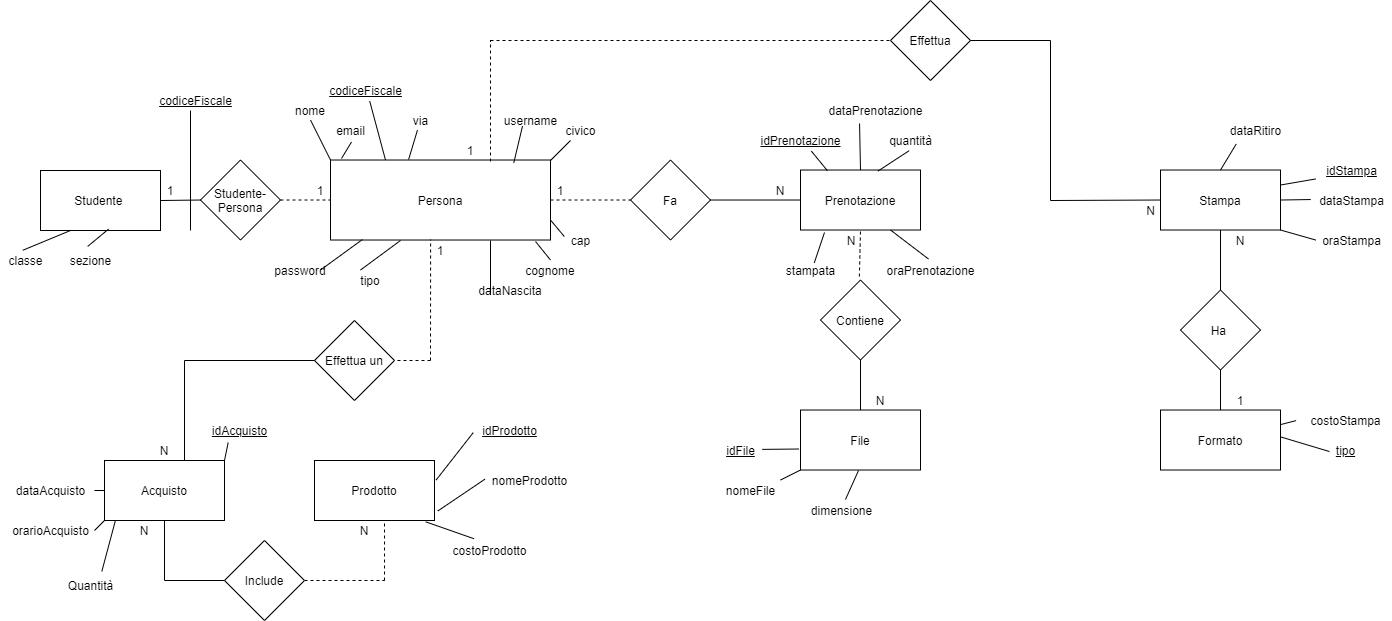
This is Documentazione/Progettazione/ER ristrutturato.png from Depog/ProgettoInformatica, a draw.io export, as it was before one commit. Source tidied: cells renumbered, new cells last; positions are measured from the earlier drawing's top-left corner, leaving out a move shared by most shapes.
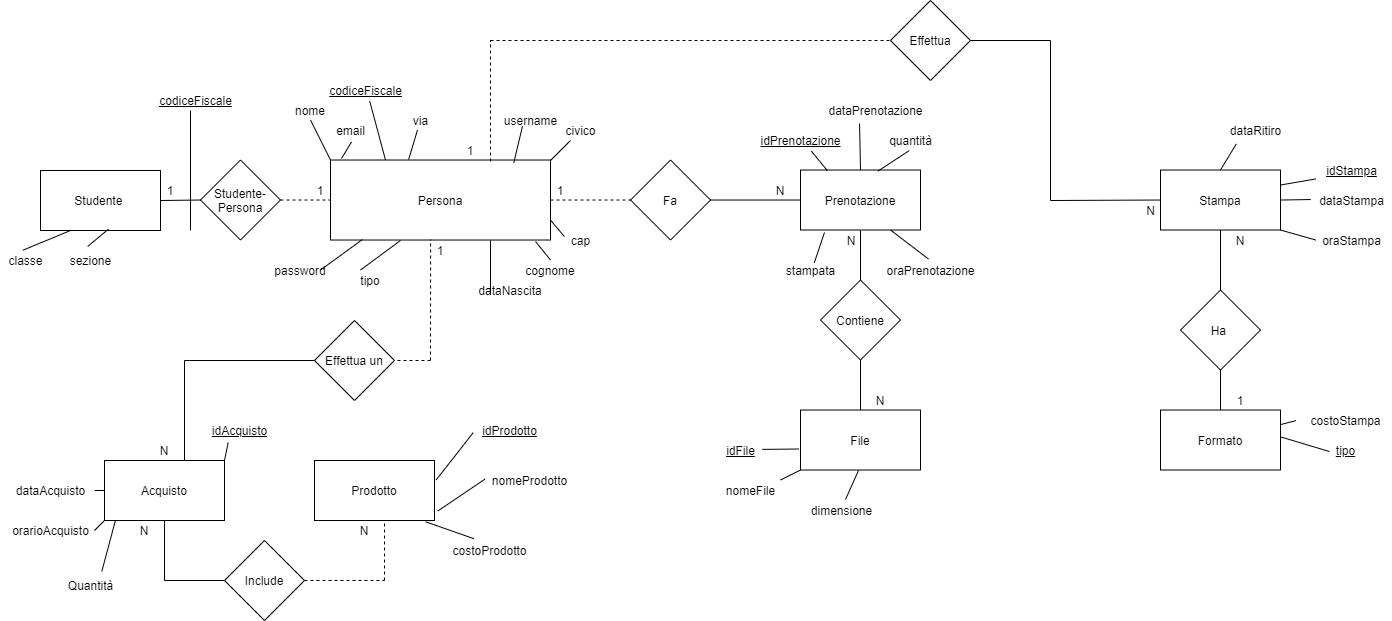
After the change.

What changed in the source:
```diff
@@ -76,9 +76,6 @@
     <mxCell id="25" value="Studente&amp;nbsp;" style="rounded=0;whiteSpace=wrap;html=1;" parent="1" vertex="1">
       <mxGeometry x="40" y="170" width="120" height="60" as="geometry" />
     </mxCell>
-    <mxCell id="26" style="endArrow=none;dashed=1;html=1;entryX=0.5;entryY=1;entryDx=0;entryDy=0;exitX=0.486;exitY=-0.044;exitDx=0;exitDy=0;exitPerimeter=0;" parent="1" edge="1" source="3" target="2">
-      <mxGeometry relative="1" as="geometry" />
-    </mxCell>
     <mxCell id="27" value="&lt;u&gt;codiceFiscale&lt;/u&gt;" style="text;html=1;align=center;verticalAlign=middle;points=[];" parent="1" vertex="1">
       <mxGeometry x="320" y="80" width="90" height="20" as="geometry" />
     </mxCell>
@@ -410,5 +407,10 @@
     <mxCell id="121" value="N" style="text;html=1;align=center;verticalAlign=middle;" parent="1" vertex="1">
       <mxGeometry x="1140" y="199.5" width="20" height="20" as="geometry" />
     </mxCell>
+    <mxCell id="122" style="endArrow=none;html=1;exitX=0.5;exitY=0;exitDx=0;exitDy=0;" parent="1" edge="1" source="3">
+      <mxGeometry relative="1" as="geometry">
+        <mxPoint x="860" y="230" as="targetPoint" />
+      </mxGeometry>
+    </mxCell>
   </root>
 </mxGraphModel>
```
